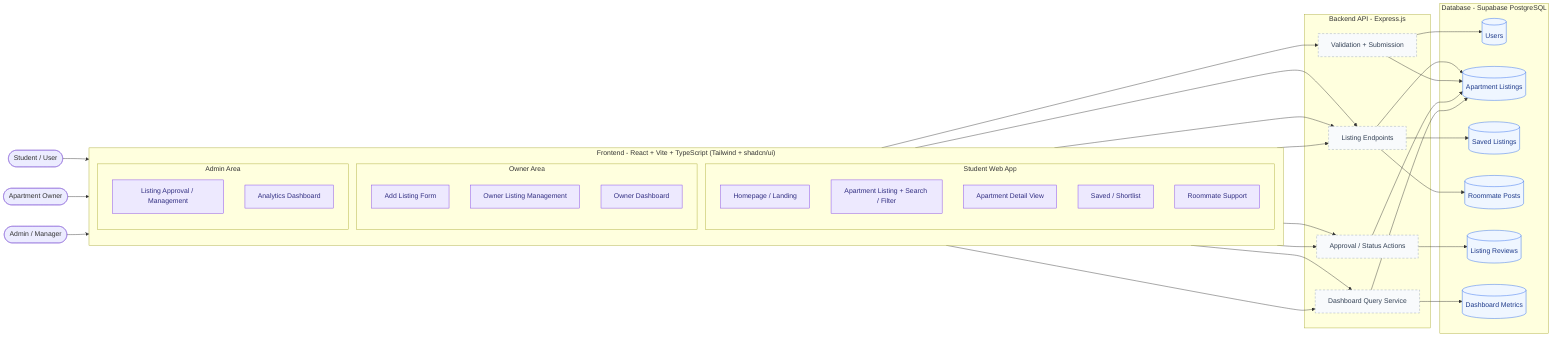
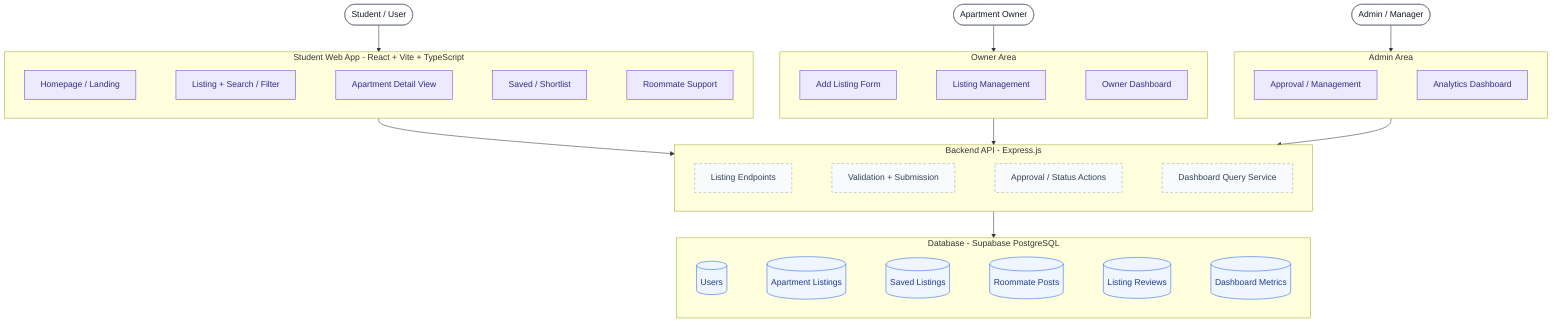
%% Student Apartment Finder Platform - System Architecture
%% Team 3idiots - ICT105 Lab 06
- %% Solid boxes = built in current prototype (React + mock data / state)
- %% Dashed boxes = target backend/database per technical-architecture.md
+ %% Layers stack top-to-bottom: Actors -> Frontend areas -> Backend -> Database
+ %% Solid violet = built in current prototype (React + mock data / state)
+ %% Dashed grey = target backend per technical-architecture.md
+ %% Blue cylinders = Supabase tables

- flowchart LR
+ flowchart TB
    %% ===== Actors =====
    STUDENT([Student / User])
    OWNER([Apartment Owner])
    ADMIN([Admin / Manager])

-     %% ===== Frontend layer =====
-     subgraph FE["Frontend - React + Vite + TypeScript (Tailwind + shadcn/ui)"]
-         direction TB
-         subgraph PUB["Student Web App"]
-             HOME[Homepage / Landing]
-             LIST[Apartment Listing + Search / Filter]
-             DETAIL[Apartment Detail View]
-             SAVED[Saved / Shortlist]
-             ROOM[Roommate Support]
-         end
-         subgraph OWN["Owner Area"]
-             OADD[Add Listing Form]
-             OMANAGE[Owner Listing Management]
-             ODASH[Owner Dashboard]
-         end
-         subgraph ADM["Admin Area"]
-             AMANAGE[Listing Approval / Management]
-             ADASH[Analytics Dashboard]
-         end
+     %% ===== Frontend: Student =====
+     subgraph PUB["Student Web App - React + Vite + TypeScript"]
+         direction LR
+         HOME[Homepage / Landing] ~~~ LIST[Listing + Search / Filter] ~~~ DETAIL[Apartment Detail View] ~~~ SAVED[Saved / Shortlist] ~~~ ROOM[Roommate Support]
    end

-     %% ===== Backend layer =====
-     subgraph BE["Backend API - Express.js"]
-         LISTAPI[Listing Endpoints]
-         VALID[Validation + Submission]
-         REVIEW[Approval / Status Actions]
-         METRICS[Dashboard Query Service]
+     %% ===== Frontend: Owner =====
+     subgraph OWN["Owner Area"]
+         direction LR
+         OADD[Add Listing Form] ~~~ OMANAGE[Listing Management] ~~~ ODASH[Owner Dashboard]
    end

-     %% ===== Database layer =====
-     subgraph DB["Database - Supabase PostgreSQL"]
-         TUSER[(Users)]
-         TLIST[(Apartment Listings)]
-         TSAVE[(Saved Listings)]
-         TROOM[(Roommate Posts)]
-         TREV[(Listing Reviews)]
-         TMETRIC[(Dashboard Metrics)]
+     %% ===== Frontend: Admin =====
+     subgraph ADM["Admin Area"]
+         direction LR
+         AMANAGE[Approval / Management] ~~~ ADASH[Analytics Dashboard]
    end

-     %% ===== Actor to frontend =====
+     %% ===== Backend =====
+     subgraph BE["Backend API - Express.js"]
+         direction LR
+         LISTAPI[Listing Endpoints] ~~~ VALID[Validation + Submission] ~~~ REVIEW[Approval / Status Actions] ~~~ METRICS[Dashboard Query Service]
+     end
+ 
+     %% ===== Database =====
+     subgraph DB["Database - Supabase PostgreSQL"]
+         direction LR
+         TUSER[(Users)] ~~~ TLIST[(Apartment Listings)] ~~~ TSAVE[(Saved Listings)] ~~~ TROOM[(Roommate Posts)] ~~~ TREV[(Listing Reviews)] ~~~ TMETRIC[(Dashboard Metrics)]
+     end
+ 
+     %% ===== Layer connections =====
    STUDENT --> PUB
    OWNER --> OWN
    ADMIN --> ADM

-     %% ===== Frontend to backend =====
-     PUB --> LISTAPI
-     SAVED --> LISTAPI
-     ROOM --> LISTAPI
-     OADD --> VALID
-     OMANAGE --> REVIEW
-     AMANAGE --> REVIEW
-     ODASH --> METRICS
-     ADASH --> METRICS
- 
-     %% ===== Backend to database =====
-     VALID --> TUSER
-     LISTAPI --> TLIST
-     VALID --> TLIST
-     REVIEW --> TLIST
-     REVIEW --> TREV
-     LISTAPI --> TSAVE
-     LISTAPI --> TROOM
-     METRICS --> TLIST
-     METRICS --> TMETRIC
+     PUB --> BE
+     OWN --> BE
+     ADM --> BE
+     BE --> DB

    %% ===== Styling =====
+     classDef built fill:#ede9fe,stroke:#7c3aed,stroke-width:1px,color:#312e81;
    classDef planned fill:#f8fafc,stroke:#94a3b8,stroke-width:1px,stroke-dasharray:5 4,color:#334155;
-     classDef built fill:#ede9fe,stroke:#7c3aed,stroke-width:1px,color:#312e81;
    classDef store fill:#eff6ff,stroke:#2563eb,stroke-width:1px,color:#1e3a8a;
+     classDef actor fill:#ffffff,stroke:#6b7280,stroke-width:1px,color:#111827;

+     class STUDENT,OWNER,ADMIN actor;
    class HOME,LIST,DETAIL,SAVED,ROOM,OADD,OMANAGE,ODASH,AMANAGE,ADASH built;
    class LISTAPI,VALID,REVIEW,METRICS planned;
    class TUSER,TLIST,TSAVE,TROOM,TREV,TMETRIC store;
